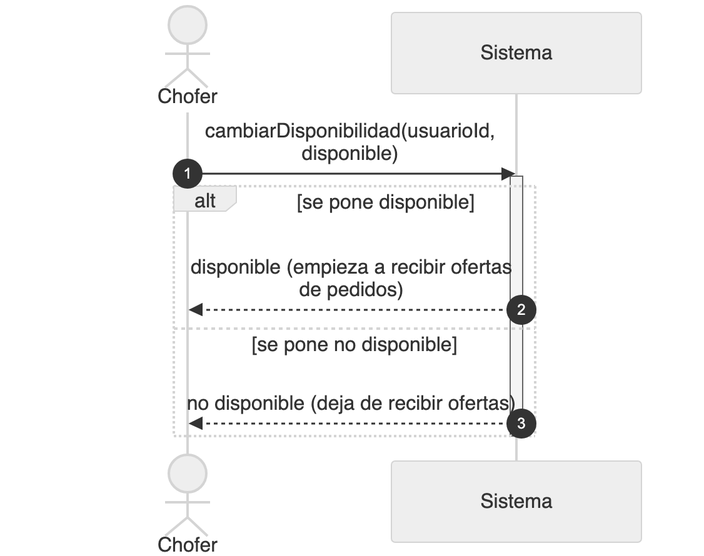
This is diagramas/png/DSS_CU-022_Activar-Desactivar-Disponibilidad.png from Nahuelito-Dev/splg-docs, a Mermaid export, as it was before one commit. Its source is kept beside it as diagramas/DSS_CU-022_Activar-Desactivar-Disponibilidad.mmd. The source it was exported from:
```mermaid
sequenceDiagram
    title DSS — CU-022 Activar Desactivar Disponibilidad
    autonumber
    actor CHO as Chofer
    participant SIS as Sistema

    CHO->>SIS: cambiarDisponibilidad(usuarioId, disponible)
    activate SIS
    alt se pone disponible
        SIS-->>CHO: disponible (empieza a recibir ofertas de pedidos)
    else se pone no disponible
        SIS-->>CHO: no disponible (deja de recibir ofertas)
    end
    deactivate SIS
```
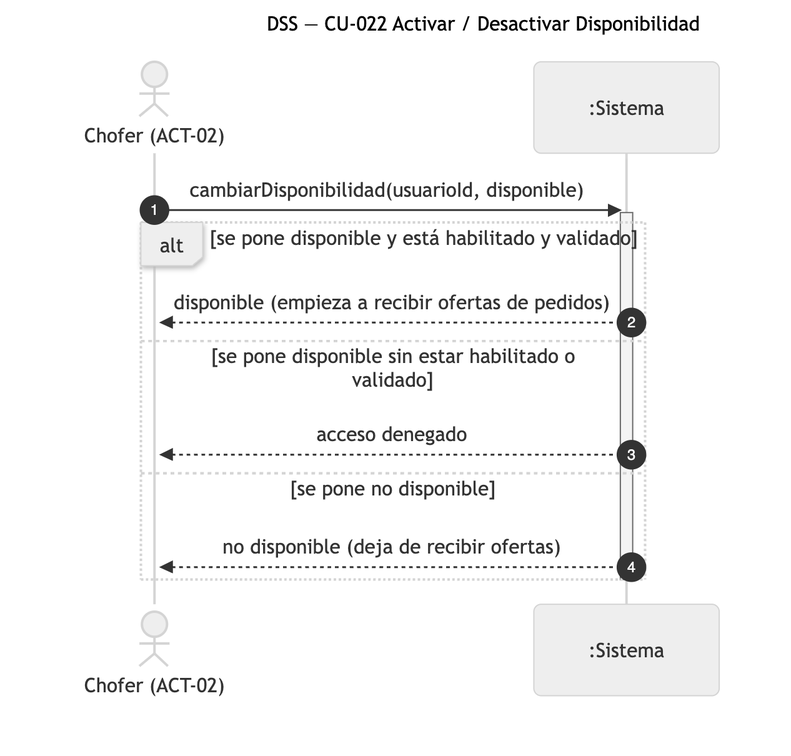
Later version of the same file.

What changed in the source:
```diff
@@ -1,13 +1,15 @@
 sequenceDiagram
-    title DSS — CU-022 Activar Desactivar Disponibilidad
+    title DSS — CU-022 Activar / Desactivar Disponibilidad
     autonumber
-    actor CHO as Chofer
-    participant SIS as Sistema
+    actor CHO as Chofer (ACT-02)
+    participant SIS as :Sistema
 
     CHO->>SIS: cambiarDisponibilidad(usuarioId, disponible)
     activate SIS
-    alt se pone disponible
+    alt se pone disponible y está habilitado y validado
         SIS-->>CHO: disponible (empieza a recibir ofertas de pedidos)
+    else se pone disponible sin estar habilitado o validado
+        SIS-->>CHO: acceso denegado
     else se pone no disponible
         SIS-->>CHO: no disponible (deja de recibir ofertas)
     end
```
